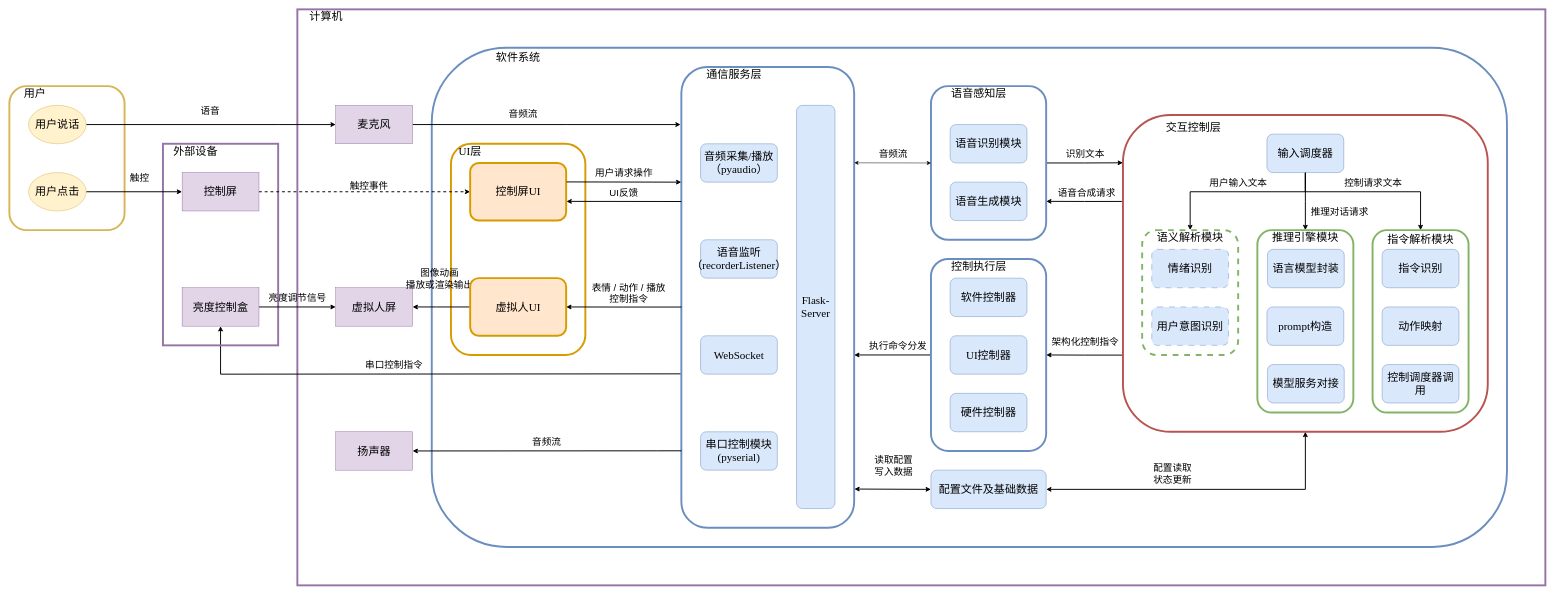
The draw.io diagram 未命名绘图.drawio in NanayaSN/VPA, before the edit. Source tidied: cells renumbered, new cells numbered last; positions are measured from the earlier drawing's top-left corner, leaving out a move shared by most shapes. Both pictures are drawn from the tidied source at 48%, with x=0, y=0 at pixel (9, 9).
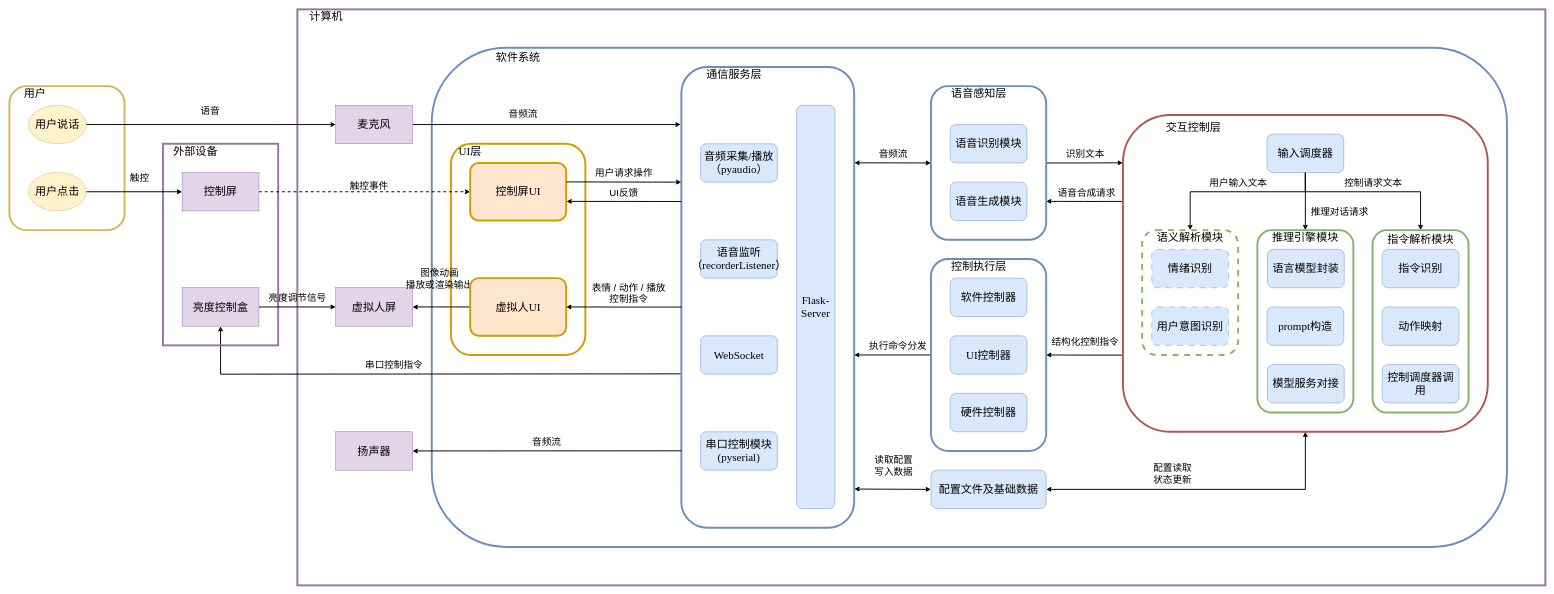
The same page after the edit.

Commit message (it also covers changes not shown here):
更新未命名绘图.drawio

The change refers to these unchanged cells:
```xml
<mxCell id="4" style="edgeStyle=orthogonalEdgeStyle;rounded=0;jettySize=auto;html=1;exitX=0;exitY=0.758;exitDx=0;exitDy=0;entryX=1;entryY=0.5;entryDx=0;entryDy=0;strokeWidth=2;exitPerimeter=0;labelBackgroundColor=none;" parent="1" edge="1" source="8" target="77">
  <mxGeometry relative="1" as="geometry" />
</mxCell>
<mxCell id="11" style="rounded=1;whiteSpace=wrap;html=1;fillColor=none;strokeColor=#6c8ebf;strokeWidth=4;fontSize=23;fontFamily=Times New Roman;labelBackgroundColor=none;" parent="1" vertex="1">
  <mxGeometry x="1920" y="160" width="240" height="320" as="geometry" />
</mxCell>
<mxCell id="17" style="rounded=1;whiteSpace=wrap;html=1;fillColor=none;strokeColor=#6c8ebf;strokeWidth=4;fontSize=23;fontFamily=Times New Roman;labelBackgroundColor=none;" parent="1" vertex="1">
  <mxGeometry x="1400" y="120" width="360" height="960" as="geometry" />
</mxCell>
```

Diff of the diagram source:
```diff
@@
-    <mxCell id="5" value="架构化控制指令" style="edgeLabel;html=1;align=center;verticalAlign=middle;fontSize=20;labelBackgroundColor=none;" parent="4" vertex="1">
+    <mxCell id="5" value="结构化控制指令" style="edgeLabel;html=1;align=center;verticalAlign=middle;fontSize=20;labelBackgroundColor=none;" parent="4" vertex="1">
       <mxGeometry x="0.21" y="-1" relative="1" as="geometry">
         <mxPoint x="17" y="-29" as="offset" />
       </mxGeometry>
     </mxCell>
@@
-    <mxCell id="95" style="endArrow=classic;startArrow=classic;html=1;rounded=0;entryX=0;entryY=0.5;entryDx=0;entryDy=0;exitX=1.001;exitY=0.208;exitDx=0;exitDy=0;exitPerimeter=0;" parent="1" edge="1" source="17" target="11">
+    <mxCell id="95" style="endArrow=classic;startArrow=classic;html=1;rounded=0;entryX=0;entryY=0.5;entryDx=0;entryDy=0;exitX=1.001;exitY=0.208;exitDx=0;exitDy=0;exitPerimeter=0;strokeWidth=2;" parent="1" edge="1" source="17" target="11">
       <mxGeometry relative="1" as="geometry" />
     </mxCell>
```
